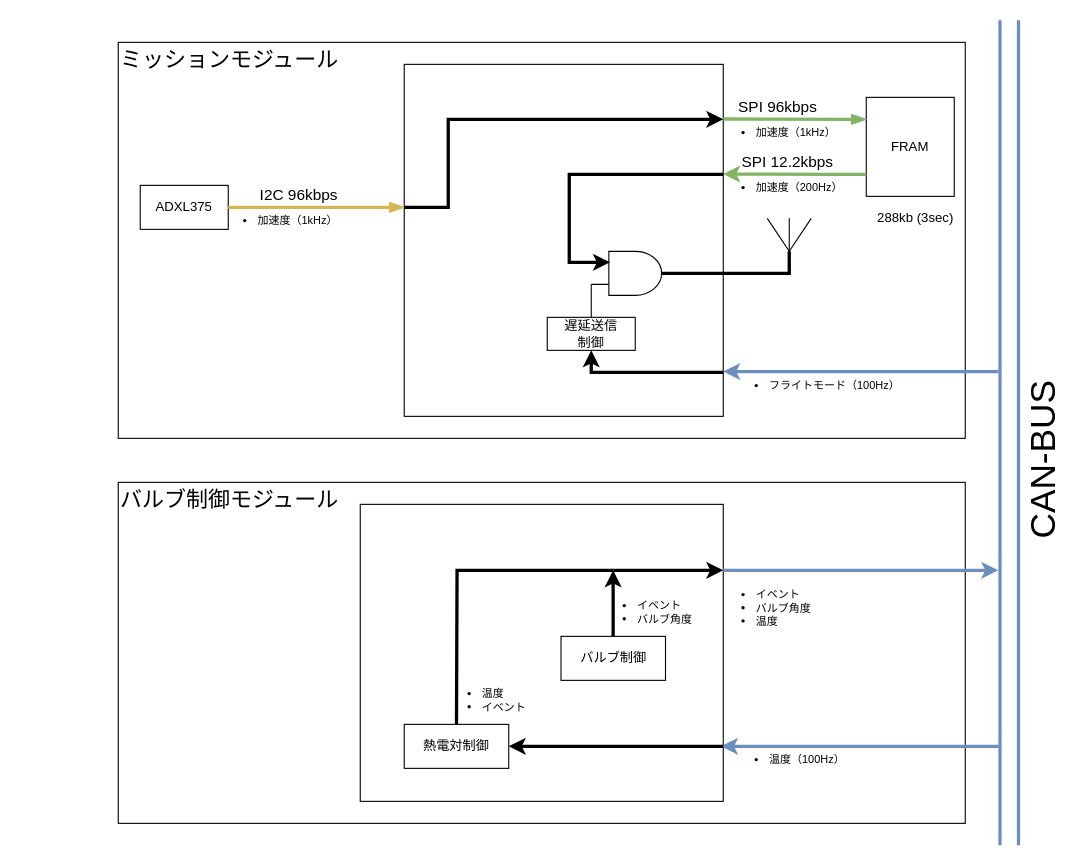
This is Documents/Materials/images/DataFlow2.drawio from tokai-student-rocket-project/H-58-Avionics, a draw.io file, before an edit. Source tidied: cells renumbered, new cells numbered last; positions are measured from the earlier drawing's top-left corner, leaving out a move shared by most shapes. Both pictures are drawn from the tidied source at 110%, with x=0, y=0 at pixel (19, 20).
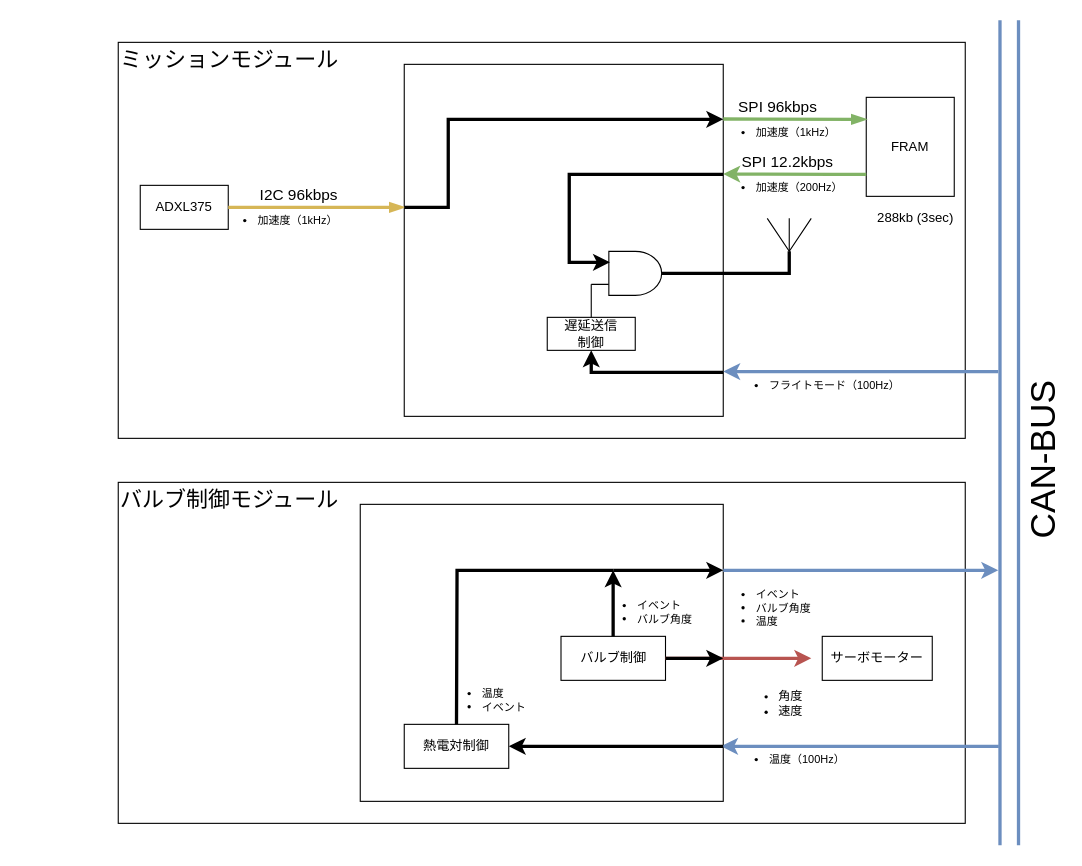
The same page after the edit.

Unchanged cells that the change refers to:
```xml
<mxCell id="22" value="バルブ制御" style="rounded=0;whiteSpace=wrap;html=1;" parent="1" vertex="1">
  <mxGeometry x="492.5" y="560" width="95" height="40" as="geometry" />
</mxCell>
```

What changed in the source:
```diff
@@
-<mxGraphModel>
+<mxGraphModel background="#ffffff">
@@
+    <mxCell id="45" style="edgeStyle=none;html=1;strokeWidth=3;fillColor=#f8cecc;strokeColor=#b85450;" parent="1" edge="1" source="22">
+      <mxGeometry relative="1" as="geometry">
+        <mxPoint x="720" y="580" as="targetPoint" />
+      </mxGeometry>
+    </mxCell>
+    <mxCell id="46" value="&lt;ul&gt;&lt;li style=&quot;&quot;&gt;角度&lt;/li&gt;&lt;li style=&quot;&quot;&gt;速度&lt;/li&gt;&lt;/ul&gt;" style="edgeLabel;html=1;align=center;verticalAlign=middle;" parent="45" vertex="1">
+      <mxGeometry x="0.66" relative="1" as="geometry">
+        <mxPoint x="-17" y="40" as="offset" />
+      </mxGeometry>
+    </mxCell>
@@
+    <mxCell id="47" style="edgeStyle=none;html=1;strokeWidth=3;fillColor=none;" parent="1" edge="1" source="22">
+      <mxGeometry relative="1" as="geometry">
+        <mxPoint x="640" y="580" as="targetPoint" />
+      </mxGeometry>
+    </mxCell>
+    <mxCell id="48" value="サーボモーター" style="whiteSpace=wrap;html=1;" parent="1" vertex="1">
+      <mxGeometry x="730" y="560" width="100" height="40" as="geometry" />
+    </mxCell>
```
